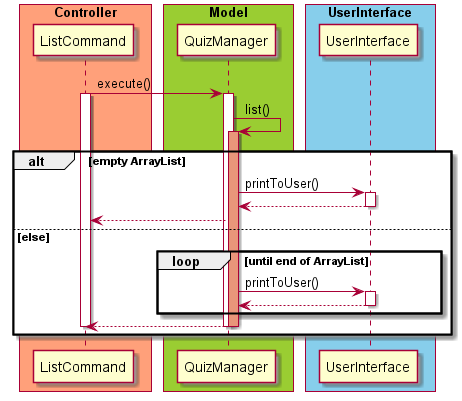
The PlantUML diagram docs/diagram/ListContact.png in untitle4/tp, before a commit.
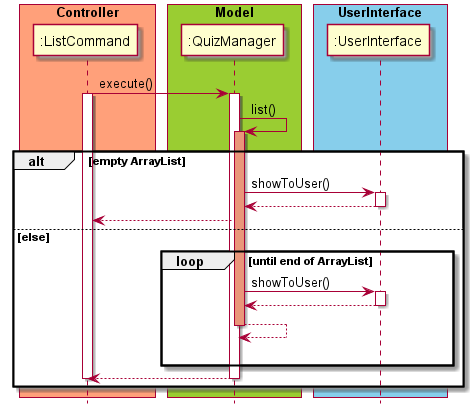
The same file after the commit.

Diff of the diagram source:
```diff
@@ -1,41 +1,45 @@
 @startuml
 
 skinparam ParticipantPadding 10
+skinparam SequenceGroup 200
 skinparam BoxPadding 5
+hide footbox
 
 box "Controller" #LightSalmon
-participant ListCommand
+participant ":ListCommand"
 end box
 
 box "Model" #YellowGreen
-participant QuizManager
+participant ":QuizManager"
 end box
 
 box "UserInterface" #skyblue
-participant UserInterface
+participant ":UserInterface"
 end box
 
-ListCommand -> QuizManager : execute()
-activate ListCommand
-activate QuizManager
-QuizManager -> QuizManager : list()
-activate QuizManager #DarkSalmon
+":ListCommand" -> ":QuizManager" : execute()
+activate ":ListCommand"
+activate ":QuizManager"
+":QuizManager" -> ":QuizManager" : list()
+activate ":QuizManager" #DarkSalmon
 alt empty ArrayList
-    QuizManager -> UserInterface : printToUser()
-    activate UserInterface
-    UserInterface --> QuizManager
-    deactivate UserInterface
-    QuizManager --> ListCommand
+    ":QuizManager" -> ":UserInterface" : showToUser()
+    activate ":UserInterface"
+    ":UserInterface" --> ":QuizManager"
+    deactivate ":UserInterface"
+    ":QuizManager" --> ":ListCommand"
 else else
     loop until end of ArrayList
-        QuizManager -> UserInterface : printToUser()
-        activate UserInterface
-        UserInterface --> QuizManager
-        deactivate UserInterface
+        ":QuizManager" -> ":UserInterface" : showToUser()
+        activate ":UserInterface"
+        ":UserInterface" --> ":QuizManager"
+        deactivate ":UserInterface"
+        ":QuizManager" --> ":QuizManager"
+        deactivate ":QuizManager"
+        |||
     end
-    QuizManager --> ListCommand
-    deactivate QuizManager
-    deactivate QuizManager
-    deactivate ListCommand
+    ":QuizManager" --> ":ListCommand"
+    deactivate ":QuizManager"
+    deactivate ":ListCommand"
 end
 @enduml
```
